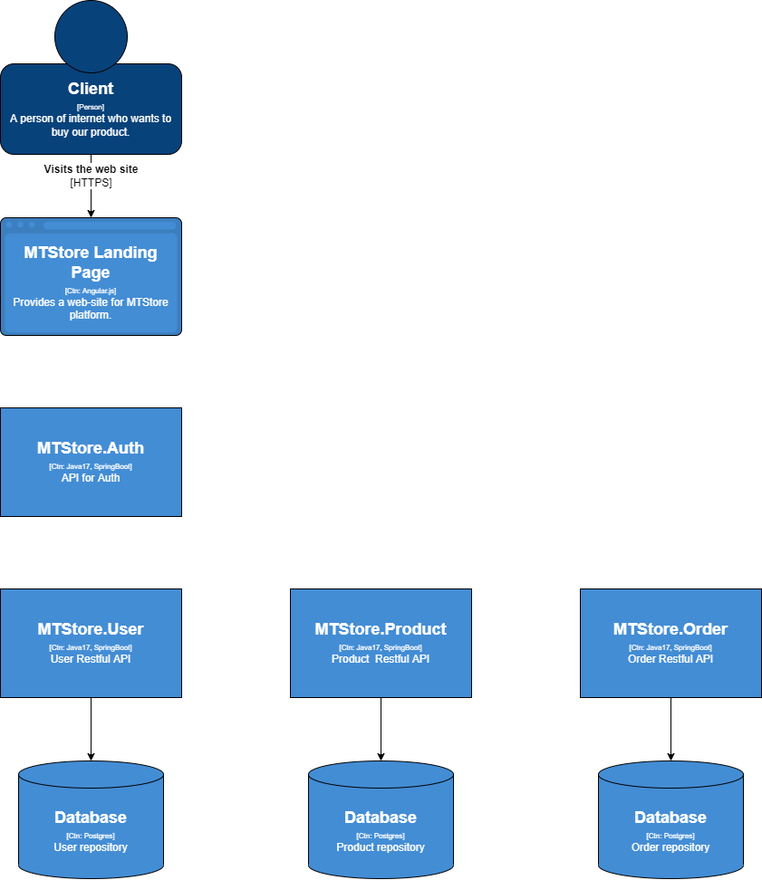
Earlier version of the draw.io export MTStore.drawio.png (rodsordi/MTStore.Commons). Source tidied: cells renumbered, new cells last; positions are measured from the earlier drawing's top-left corner, leaving out a move shared by most shapes.
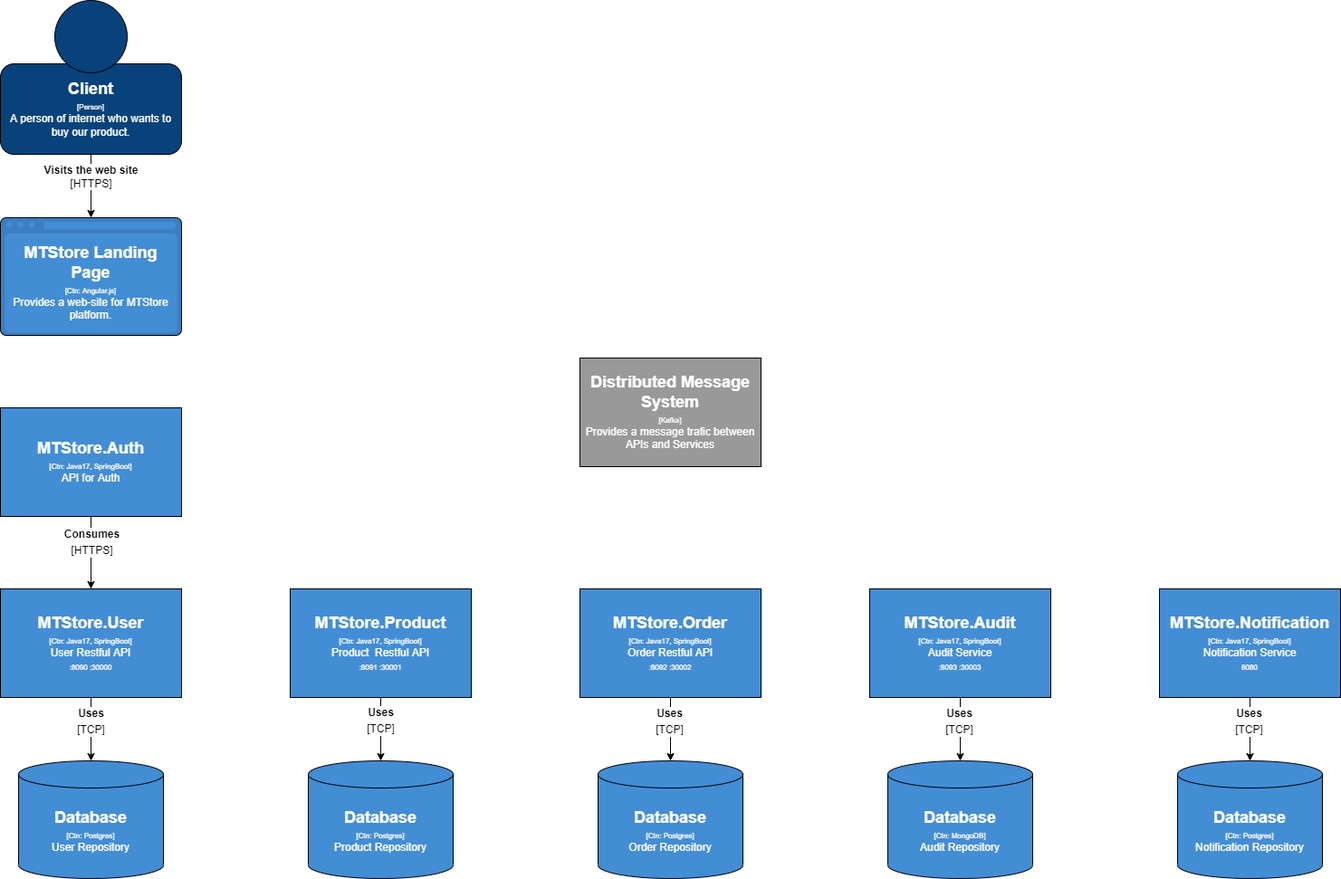
The same file after the commit.

The edit, as a diff of the source:
```diff
@@ -5,10 +5,13 @@
     <mxCell id="2" style="edgeStyle=orthogonalEdgeStyle;rounded=0;jettySize=auto;html=1;exitX=0.5;exitY=1;exitDx=0;exitDy=0;entryX=0.5;entryY=0;entryDx=0;entryDy=0;entryPerimeter=0;fontSize=8;fontColor=#FFFFFF;" parent="1" edge="1" source="3" target="4">
       <mxGeometry relative="1" as="geometry" />
     </mxCell>
+    <mxCell id="24" value="&lt;font color=&quot;#000000&quot;&gt;&lt;span style=&quot;font-size: 12px&quot;&gt;&lt;b&gt;Uses&lt;/b&gt;&lt;/span&gt;&lt;/font&gt;&lt;br style=&quot;color: rgb(0 , 0 , 0) ; font-size: 12px&quot;&gt;&lt;span style=&quot;color: rgb(0 , 0 , 0) ; font-size: 12px&quot;&gt;[TCP]&lt;/span&gt;" style="edgeLabel;html=1;align=center;verticalAlign=middle;fontSize=8;fontColor=#FFFFFF;" parent="2" vertex="1">
+      <mxGeometry x="-0.25" y="-1" relative="1" as="geometry" />
+    </mxCell>
-    <mxCell id="3" value="&lt;font size=&quot;1&quot;&gt;&lt;span style=&quot;font-size: 18px ; font-weight: bold&quot;&gt;MTStore.User&lt;/span&gt;&lt;br&gt;&lt;span style=&quot;font-size: 8px&quot;&gt;[Ctn: Java17, SpringBoot]&lt;/span&gt;&lt;br&gt;&lt;span style=&quot;font-size: 12px&quot;&gt;User Restful API&lt;/span&gt;&lt;br&gt;&lt;/font&gt;" style="rounded=0;whiteSpace=wrap;html=1;fontColor=#FFFFFF;fillColor=#438dd5;" parent="1" vertex="1">
+    <mxCell id="3" value="&lt;font&gt;&lt;span style=&quot;font-size: 18px ; font-weight: bold&quot;&gt;MTStore.User&lt;/span&gt;&lt;br&gt;&lt;span style=&quot;font-size: 8px&quot;&gt;[Ctn: Java17, SpringBoot]&lt;/span&gt;&lt;br&gt;&lt;span style=&quot;font-size: 12px&quot;&gt;User Restful API&lt;br&gt;&lt;/span&gt;&lt;font style=&quot;font-size: 8px&quot;&gt;:8090 :30000&lt;/font&gt;&lt;br&gt;&lt;/font&gt;" style="rounded=0;whiteSpace=wrap;html=1;fontColor=#FFFFFF;fillColor=#438dd5;" parent="1" vertex="1">
       <mxGeometry y="650" width="200" height="120" as="geometry" />
     </mxCell>
-    <mxCell id="4" value="&lt;b&gt;&lt;font style=&quot;font-size: 18px&quot;&gt;Database&lt;/font&gt;&lt;/b&gt;&lt;br&gt;&lt;font style=&quot;font-size: 8px&quot;&gt;[Ctn: Postgres]&lt;/font&gt;&lt;br&gt;User repository" style="shape=cylinder3;whiteSpace=wrap;html=1;boundedLbl=1;backgroundOutline=1;size=15;fontSize=12;fontColor=#FFFFFF;fillColor=#438dd5;" parent="1" vertex="1">
+    <mxCell id="4" value="&lt;b&gt;&lt;font style=&quot;font-size: 18px&quot;&gt;Database&lt;/font&gt;&lt;/b&gt;&lt;br&gt;&lt;font style=&quot;font-size: 8px&quot;&gt;[Ctn: Postgres]&lt;/font&gt;&lt;br&gt;User Repository" style="shape=cylinder3;whiteSpace=wrap;html=1;boundedLbl=1;backgroundOutline=1;size=15;fontSize=12;fontColor=#FFFFFF;fillColor=#438dd5;" parent="1" vertex="1">
       <mxGeometry x="20" y="840" width="160" height="130" as="geometry" />
     </mxCell>
     <mxCell id="5" style="edgeStyle=orthogonalEdgeStyle;rounded=0;jettySize=auto;html=1;exitX=0.5;exitY=1;exitDx=0;exitDy=0;fontSize=12;fontColor=#FFFFFF;entryX=0.5;entryY=0;entryDx=0;entryDy=0;" parent="1" edge="1" source="15" target="8">
@@ -50,23 +53,62 @@
     <mxCell id="17" style="edgeStyle=orthogonalEdgeStyle;rounded=0;jettySize=auto;html=1;exitX=0.5;exitY=1;exitDx=0;exitDy=0;entryX=0.5;entryY=0;entryDx=0;entryDy=0;entryPerimeter=0;fontSize=8;fontColor=#FFFFFF;" parent="1" edge="1" source="18" target="19">
       <mxGeometry relative="1" as="geometry" />
     </mxCell>
+    <mxCell id="25" value="&lt;font color=&quot;#000000&quot;&gt;&lt;span style=&quot;font-size: 12px&quot;&gt;&lt;b&gt;Uses&lt;/b&gt;&lt;/span&gt;&lt;/font&gt;&lt;br style=&quot;color: rgb(0 , 0 , 0) ; font-size: 12px&quot;&gt;&lt;span style=&quot;color: rgb(0 , 0 , 0) ; font-size: 12px&quot;&gt;[TCP]&lt;/span&gt;" style="edgeLabel;html=1;align=center;verticalAlign=middle;fontSize=8;fontColor=#FFFFFF;" parent="17" vertex="1">
+      <mxGeometry x="-0.29" y="-1" relative="1" as="geometry" />
+    </mxCell>
-    <mxCell id="18" value="&lt;span style=&quot;font-size: 18px ; font-weight: bold&quot;&gt;MTStore.Product&lt;/span&gt;&lt;br&gt;&lt;span style=&quot;font-size: 8px&quot;&gt;[Ctn: Java17, SpringBoot]&lt;/span&gt;&lt;br&gt;Product&amp;nbsp; Restful API" style="rounded=0;whiteSpace=wrap;html=1;fontColor=#FFFFFF;fillColor=#438dd5;" parent="1" vertex="1">
+    <mxCell id="18" value="&lt;span style=&quot;font-size: 18px ; font-weight: bold&quot;&gt;MTStore.Product&lt;/span&gt;&lt;br&gt;&lt;span style=&quot;font-size: 8px&quot;&gt;[Ctn: Java17, SpringBoot]&lt;/span&gt;&lt;br&gt;Product&amp;nbsp; Restful API&lt;br&gt;&lt;span style=&quot;font-size: 8px&quot;&gt;:8091 :30001&lt;/span&gt;" style="rounded=0;whiteSpace=wrap;html=1;fontColor=#FFFFFF;fillColor=#438dd5;" parent="1" vertex="1">
       <mxGeometry x="320" y="650" width="200" height="120" as="geometry" />
     </mxCell>
-    <mxCell id="19" value="&lt;b&gt;&lt;font style=&quot;font-size: 18px&quot;&gt;Database&lt;/font&gt;&lt;/b&gt;&lt;br&gt;&lt;font style=&quot;font-size: 8px&quot;&gt;[Ctn: Postgres]&lt;/font&gt;&lt;br&gt;Product repository" style="shape=cylinder3;whiteSpace=wrap;html=1;boundedLbl=1;backgroundOutline=1;size=15;fontSize=12;fontColor=#FFFFFF;fillColor=#438dd5;" parent="1" vertex="1">
+    <mxCell id="19" value="&lt;b&gt;&lt;font style=&quot;font-size: 18px&quot;&gt;Database&lt;/font&gt;&lt;/b&gt;&lt;br&gt;&lt;font style=&quot;font-size: 8px&quot;&gt;[Ctn: Postgres]&lt;/font&gt;&lt;br&gt;Product Repository" style="shape=cylinder3;whiteSpace=wrap;html=1;boundedLbl=1;backgroundOutline=1;size=15;fontSize=12;fontColor=#FFFFFF;fillColor=#438dd5;" parent="1" vertex="1">
       <mxGeometry x="340" y="840" width="160" height="130" as="geometry" />
     </mxCell>
     <mxCell id="20" style="edgeStyle=orthogonalEdgeStyle;rounded=0;jettySize=auto;html=1;exitX=0.5;exitY=1;exitDx=0;exitDy=0;entryX=0.5;entryY=0;entryDx=0;entryDy=0;entryPerimeter=0;fontSize=8;fontColor=#FFFFFF;" parent="1" edge="1" source="21" target="22">
       <mxGeometry relative="1" as="geometry" />
     </mxCell>
+    <mxCell id="26" value="&lt;font color=&quot;#000000&quot;&gt;&lt;span style=&quot;font-size: 12px&quot;&gt;&lt;b&gt;Uses&lt;/b&gt;&lt;/span&gt;&lt;/font&gt;&lt;br style=&quot;color: rgb(0 , 0 , 0) ; font-size: 12px&quot;&gt;&lt;span style=&quot;color: rgb(0 , 0 , 0) ; font-size: 12px&quot;&gt;[TCP]&lt;/span&gt;" style="edgeLabel;html=1;align=center;verticalAlign=middle;fontSize=8;fontColor=#FFFFFF;" parent="20" vertex="1">
+      <mxGeometry x="-0.26" y="-2" relative="1" as="geometry" />
+    </mxCell>
-    <mxCell id="21" value="&lt;font size=&quot;1&quot;&gt;&lt;span style=&quot;font-size: 18px ; font-weight: bold&quot;&gt;MTStore.Order&lt;/span&gt;&lt;br&gt;&lt;span style=&quot;font-size: 8px&quot;&gt;[Ctn: Java17, SpringBoot]&lt;/span&gt;&lt;br&gt;&lt;span style=&quot;font-size: 12px&quot;&gt;Order Restful API&lt;/span&gt;&lt;br&gt;&lt;/font&gt;" style="rounded=0;whiteSpace=wrap;html=1;fontColor=#FFFFFF;fillColor=#438dd5;" parent="1" vertex="1">
+    <mxCell id="21" value="&lt;font size=&quot;1&quot;&gt;&lt;span style=&quot;font-size: 18px ; font-weight: bold&quot;&gt;MTStore.Order&lt;/span&gt;&lt;br&gt;&lt;span style=&quot;font-size: 8px&quot;&gt;[Ctn: Java17, SpringBoot]&lt;/span&gt;&lt;br&gt;&lt;span style=&quot;font-size: 12px&quot;&gt;Order Restful API&lt;br&gt;&lt;/span&gt;&lt;/font&gt;&lt;span style=&quot;font-size: 8px&quot;&gt;:8092 :30002&lt;/span&gt;&lt;font size=&quot;1&quot;&gt;&lt;br&gt;&lt;/font&gt;" style="rounded=0;whiteSpace=wrap;html=1;fontColor=#FFFFFF;fillColor=#438dd5;" parent="1" vertex="1">
       <mxGeometry x="640" y="650" width="200" height="120" as="geometry" />
     </mxCell>
-    <mxCell id="22" value="&lt;b&gt;&lt;font style=&quot;font-size: 18px&quot;&gt;Database&lt;/font&gt;&lt;/b&gt;&lt;br&gt;&lt;font style=&quot;font-size: 8px&quot;&gt;[Ctn: Postgres]&lt;/font&gt;&lt;br&gt;Order repository" style="shape=cylinder3;whiteSpace=wrap;html=1;boundedLbl=1;backgroundOutline=1;size=15;fontSize=12;fontColor=#FFFFFF;fillColor=#438dd5;" parent="1" vertex="1">
+    <mxCell id="22" value="&lt;b&gt;&lt;font style=&quot;font-size: 18px&quot;&gt;Database&lt;/font&gt;&lt;/b&gt;&lt;br&gt;&lt;font style=&quot;font-size: 8px&quot;&gt;[Ctn: Postgres]&lt;/font&gt;&lt;br&gt;Order Repository" style="shape=cylinder3;whiteSpace=wrap;html=1;boundedLbl=1;backgroundOutline=1;size=15;fontSize=12;fontColor=#FFFFFF;fillColor=#438dd5;" parent="1" vertex="1">
       <mxGeometry x="660" y="840" width="160" height="130" as="geometry" />
     </mxCell>
+    <mxCell id="27" style="edgeStyle=orthogonalEdgeStyle;rounded=0;jettySize=auto;html=1;exitX=0.5;exitY=1;exitDx=0;exitDy=0;entryX=0.5;entryY=0;entryDx=0;entryDy=0;fontSize=8;fontColor=#FFFFFF;" parent="1" edge="1" source="23" target="3">
+      <mxGeometry relative="1" as="geometry" />
+    </mxCell>
+    <mxCell id="28" value="&lt;b style=&quot;color: rgb(0 , 0 , 0) ; font-size: 12px&quot;&gt;Consumes&lt;/b&gt;&lt;br style=&quot;color: rgb(0 , 0 , 0) ; font-size: 12px&quot;&gt;&lt;span style=&quot;color: rgb(0 , 0 , 0) ; font-size: 12px&quot;&gt;[HTTPS]&lt;/span&gt;" style="edgeLabel;html=1;align=center;verticalAlign=middle;fontSize=8;fontColor=#FFFFFF;" parent="27" vertex="1">
+      <mxGeometry x="-0.31" relative="1" as="geometry" />
+    </mxCell>
     <mxCell id="23" value="&lt;font size=&quot;1&quot;&gt;&lt;span style=&quot;font-size: 18px ; font-weight: bold&quot;&gt;MTStore.Auth&lt;/span&gt;&lt;br&gt;&lt;span style=&quot;font-size: 8px&quot;&gt;[Ctn: Java17, SpringBoot]&lt;/span&gt;&lt;br&gt;&lt;span style=&quot;font-size: 12px&quot;&gt;API for Auth&lt;/span&gt;&lt;br&gt;&lt;/font&gt;" style="rounded=0;whiteSpace=wrap;html=1;fontColor=#FFFFFF;fillColor=#438dd5;" parent="1" vertex="1">
       <mxGeometry y="450" width="200" height="120" as="geometry" />
     </mxCell>
+    <mxCell id="29" style="edgeStyle=orthogonalEdgeStyle;rounded=0;jettySize=auto;html=1;exitX=0.5;exitY=1;exitDx=0;exitDy=0;entryX=0.5;entryY=0;entryDx=0;entryDy=0;entryPerimeter=0;fontSize=8;fontColor=#FFFFFF;" parent="1" edge="1" source="31" target="32">
+      <mxGeometry relative="1" as="geometry" />
+    </mxCell>
+    <mxCell id="30" value="&lt;font color=&quot;#000000&quot;&gt;&lt;span style=&quot;font-size: 12px&quot;&gt;&lt;b&gt;Uses&lt;/b&gt;&lt;/span&gt;&lt;/font&gt;&lt;br style=&quot;color: rgb(0 , 0 , 0) ; font-size: 12px&quot;&gt;&lt;span style=&quot;color: rgb(0 , 0 , 0) ; font-size: 12px&quot;&gt;[TCP]&lt;/span&gt;" style="edgeLabel;html=1;align=center;verticalAlign=middle;fontSize=8;fontColor=#FFFFFF;" parent="29" vertex="1">
+      <mxGeometry x="-0.26" y="-2" relative="1" as="geometry" />
+    </mxCell>
+    <mxCell id="31" value="&lt;font size=&quot;1&quot;&gt;&lt;span style=&quot;font-size: 18px ; font-weight: bold&quot;&gt;MTStore.Audit&lt;/span&gt;&lt;br&gt;&lt;span style=&quot;font-size: 8px&quot;&gt;[Ctn: Java17, SpringBoot]&lt;/span&gt;&lt;br&gt;&lt;span style=&quot;font-size: 12px&quot;&gt;Audit Service&lt;br&gt;&lt;/span&gt;&lt;/font&gt;&lt;span style=&quot;font-size: 8px&quot;&gt;:8093 :30003&lt;/span&gt;&lt;font size=&quot;1&quot;&gt;&lt;br&gt;&lt;/font&gt;" style="rounded=0;whiteSpace=wrap;html=1;fontColor=#FFFFFF;fillColor=#438dd5;" parent="1" vertex="1">
+      <mxGeometry x="960" y="650" width="200" height="120" as="geometry" />
+    </mxCell>
+    <mxCell id="32" value="&lt;b&gt;&lt;font style=&quot;font-size: 18px&quot;&gt;Database&lt;/font&gt;&lt;/b&gt;&lt;br&gt;&lt;font style=&quot;font-size: 8px&quot;&gt;[Ctn: MongoDB]&lt;/font&gt;&lt;br&gt;Audit Repository" style="shape=cylinder3;whiteSpace=wrap;html=1;boundedLbl=1;backgroundOutline=1;size=15;fontSize=12;fontColor=#FFFFFF;fillColor=#438dd5;" parent="1" vertex="1">
+      <mxGeometry x="980" y="840" width="160" height="130" as="geometry" />
+    </mxCell>
+    <mxCell id="33" style="edgeStyle=orthogonalEdgeStyle;rounded=0;jettySize=auto;html=1;exitX=0.5;exitY=1;exitDx=0;exitDy=0;entryX=0.5;entryY=0;entryDx=0;entryDy=0;entryPerimeter=0;fontSize=8;fontColor=#FFFFFF;" parent="1" edge="1" source="35" target="36">
+      <mxGeometry relative="1" as="geometry" />
+    </mxCell>
+    <mxCell id="34" value="&lt;font color=&quot;#000000&quot;&gt;&lt;span style=&quot;font-size: 12px&quot;&gt;&lt;b&gt;Uses&lt;/b&gt;&lt;/span&gt;&lt;/font&gt;&lt;br style=&quot;color: rgb(0 , 0 , 0) ; font-size: 12px&quot;&gt;&lt;span style=&quot;color: rgb(0 , 0 , 0) ; font-size: 12px&quot;&gt;[TCP]&lt;/span&gt;" style="edgeLabel;html=1;align=center;verticalAlign=middle;fontSize=8;fontColor=#FFFFFF;" parent="33" vertex="1">
+      <mxGeometry x="-0.26" y="-2" relative="1" as="geometry" />
+    </mxCell>
+    <mxCell id="35" value="&lt;font size=&quot;1&quot;&gt;&lt;span style=&quot;font-size: 18px ; font-weight: bold&quot;&gt;MTStore.Notification&lt;/span&gt;&lt;br&gt;&lt;span style=&quot;font-size: 8px&quot;&gt;[Ctn: Java17, SpringBoot]&lt;/span&gt;&lt;br&gt;&lt;span style=&quot;font-size: 12px&quot;&gt;Notification Service&lt;br&gt;&lt;/span&gt;&lt;/font&gt;&lt;span style=&quot;font-size: 8px&quot;&gt;8080&lt;/span&gt;&lt;font size=&quot;1&quot;&gt;&lt;br&gt;&lt;/font&gt;" style="rounded=0;whiteSpace=wrap;html=1;fontColor=#FFFFFF;fillColor=#438dd5;" parent="1" vertex="1">
+      <mxGeometry x="1280" y="650" width="200" height="120" as="geometry" />
+    </mxCell>
+    <mxCell id="36" value="&lt;b&gt;&lt;font style=&quot;font-size: 18px&quot;&gt;Database&lt;/font&gt;&lt;/b&gt;&lt;br&gt;&lt;font style=&quot;font-size: 8px&quot;&gt;[Ctn: Postgres]&lt;/font&gt;&lt;br&gt;Notification Repository" style="shape=cylinder3;whiteSpace=wrap;html=1;boundedLbl=1;backgroundOutline=1;size=15;fontSize=12;fontColor=#FFFFFF;fillColor=#438dd5;" parent="1" vertex="1">
+      <mxGeometry x="1300" y="840" width="160" height="130" as="geometry" />
+    </mxCell>
+    <mxCell id="37" value="&lt;span style=&quot;font-size: 18px ; font-weight: bold&quot;&gt;Distributed Message System&lt;/span&gt;&lt;br&gt;&lt;span style=&quot;font-size: 8px&quot;&gt;[Kafka]&lt;/span&gt;&lt;br&gt;Provides a message trafic between APIs and Services" style="rounded=0;whiteSpace=wrap;html=1;fontColor=#FFFFFF;fillColor=#999999;" parent="1" vertex="1">
+      <mxGeometry x="640" y="395" width="200" height="120" as="geometry" />
+    </mxCell>
   </root>
 </mxGraphModel>
```
